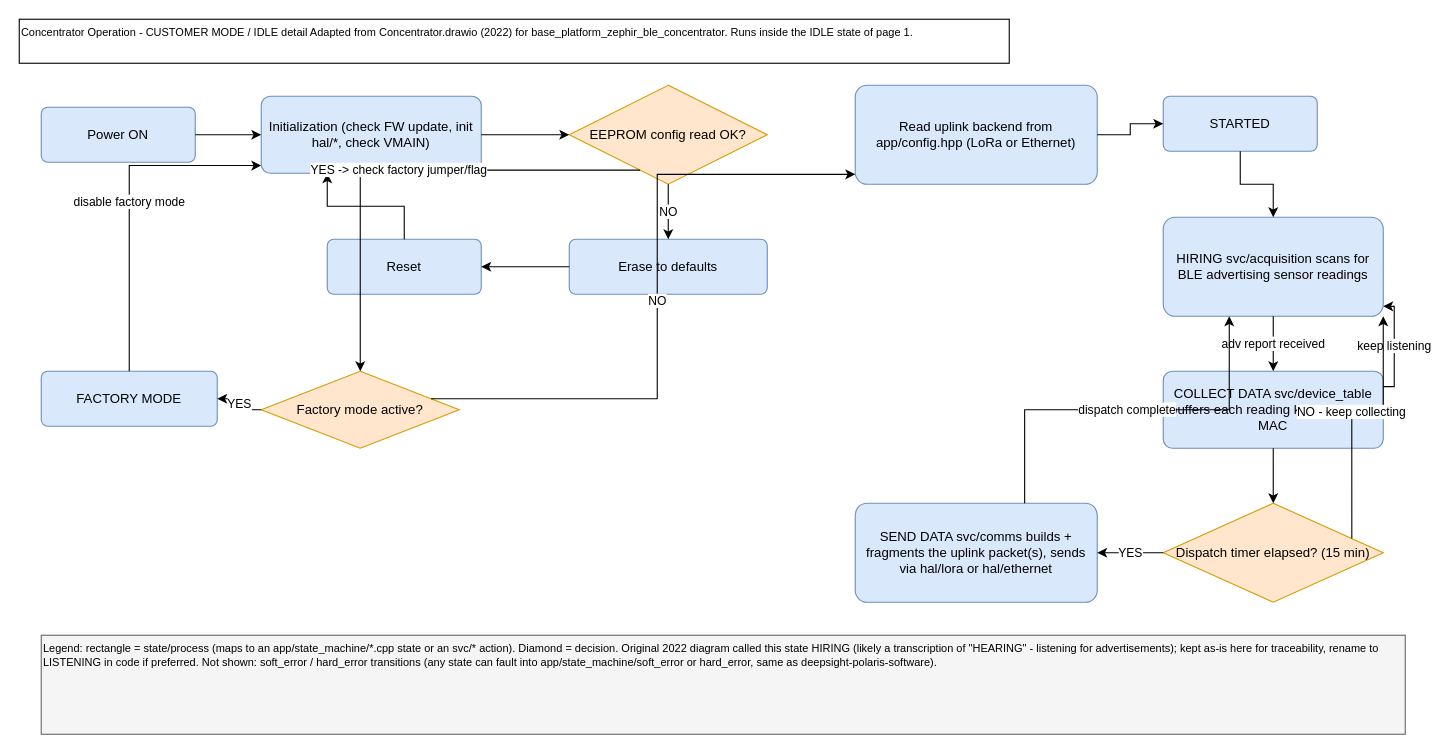
The draw.io diagram page "Concentrator Operation" (2 of 2) of docs/Concentrator_StatusDiagram.drawio in pgomezm/base_platform_zephyr_ble_concentrator, before the edit. Source tidied: cells renumbered, new cells numbered last; positions are measured from the earlier drawing's top-left corner, leaving out a move shared by most shapes. Both pictures are drawn from the tidied source at 110%, with x=0, y=0 at pixel (19, 19).
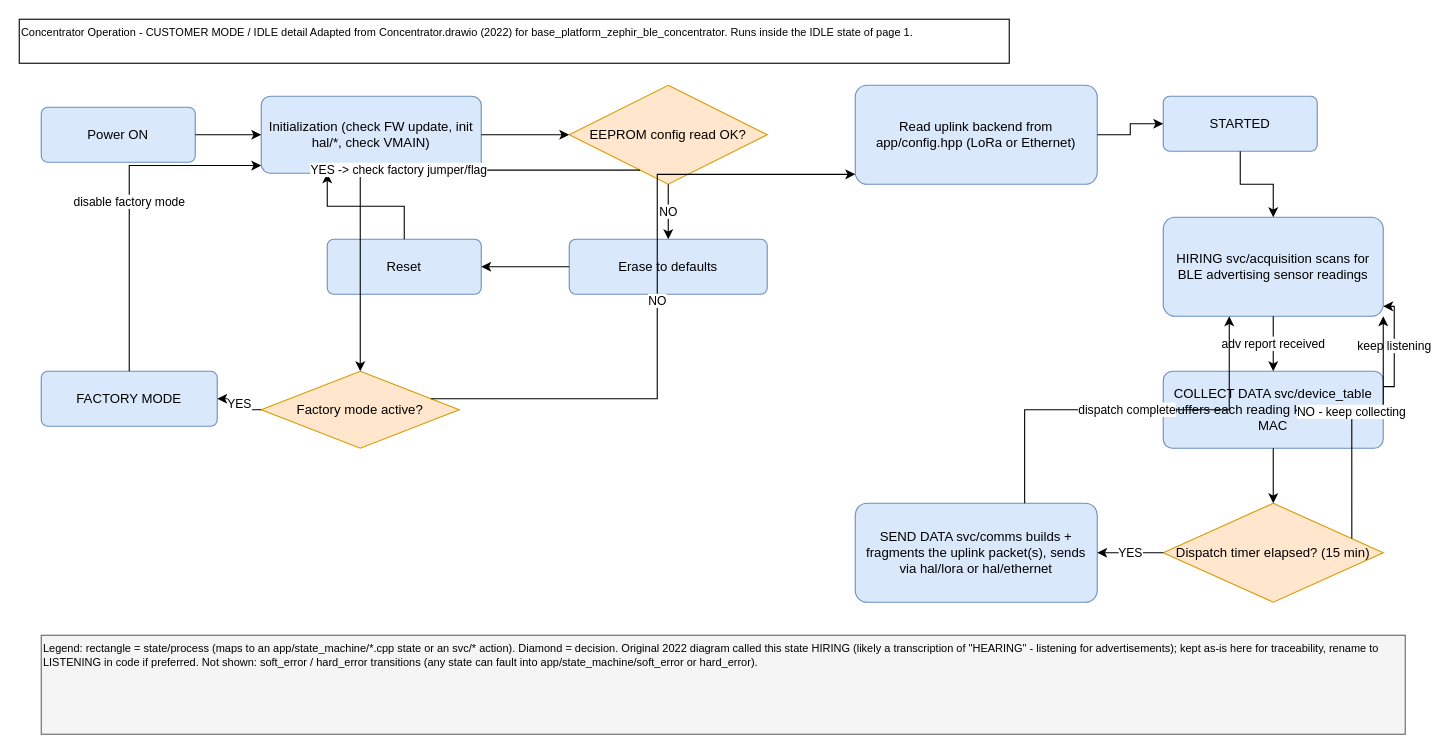
The same diagram, later.

What changed in the source:
```diff
@@
-    <mxCell id="33" value="Legend: rectangle = state/process (maps to an app/state_machine/*.cpp state or an svc/* action). Diamond = decision. Original 2022 diagram called this state HIRING (likely a transcription of &quot;HEARING&quot; - listening for advertisements); kept as-is here for traceability, rename to LISTENING in code if preferred. Not shown: soft_error / hard_error transitions (any state can fault into app/state_machine/soft_error or hard_error, same as deepsight-polaris-software)." style="rounded=0;whiteSpace=wrap;html=1;fillColor=#f5f5f5;strokeColor=#666666;align=left;verticalAlign=top;fontSize=10;" parent="1" vertex="1">
+    <mxCell id="33" value="Legend: rectangle = state/process (maps to an app/state_machine/*.cpp state or an svc/* action). Diamond = decision. Original 2022 diagram called this state HIRING (likely a transcription of &quot;HEARING&quot; - listening for advertisements); kept as-is here for traceability, rename to LISTENING in code if preferred. Not shown: soft_error / hard_error transitions (any state can fault into app/state_machine/soft_error or hard_error)." style="rounded=0;whiteSpace=wrap;html=1;fillColor=#f5f5f5;strokeColor=#666666;align=left;verticalAlign=top;fontSize=10;" parent="1" vertex="1">
       <mxGeometry x="20" y="560" width="1240" height="90" as="geometry" />
     </mxCell>
```
